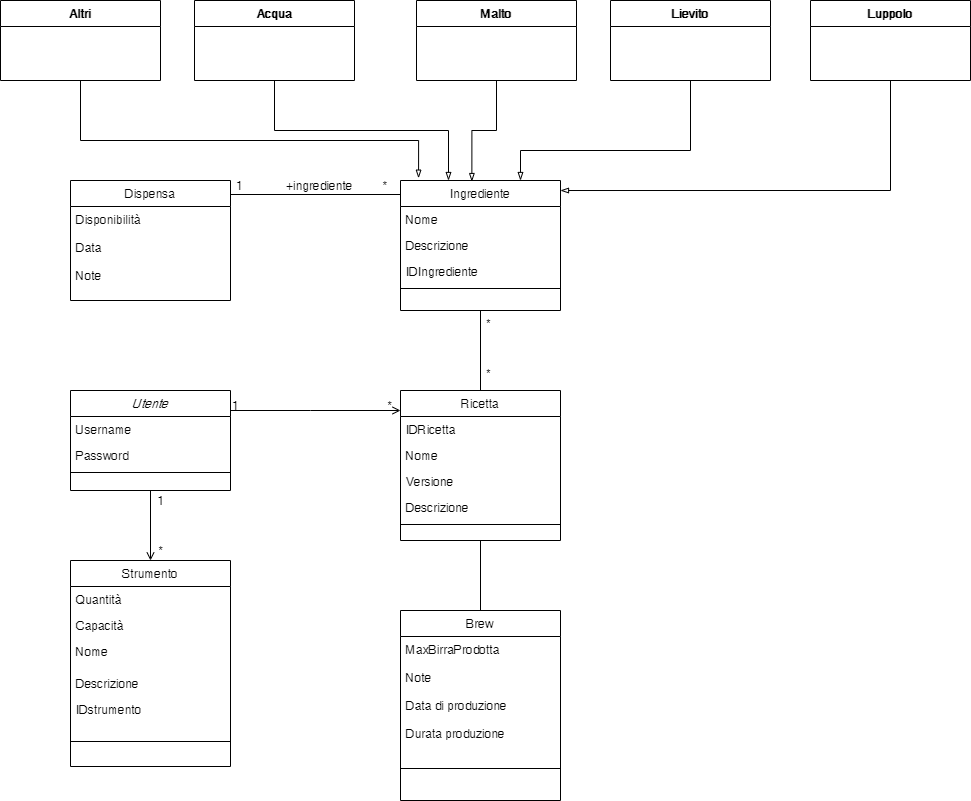
Before: Diagrammi/Diagramma di Dominio.png, a diagram exported from draw.io (UnimibSoftEngCourse2021/progetto-birra-2-gruppo-birra-2). Source tidied: cells renumbered, new cells last; positions are measured from the earlier drawing's top-left corner, leaving out a move shared by most shapes.
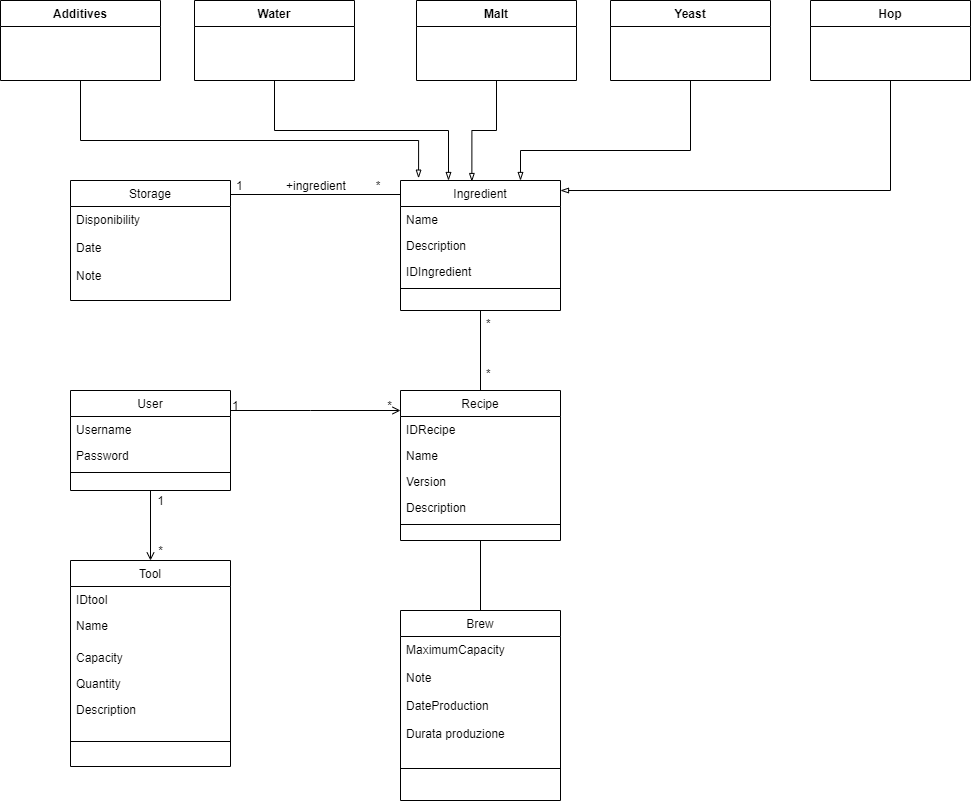
The same diagram one commit later.

What changed in the source:
```diff
@@ -5,7 +5,7 @@
     <mxCell id="2" style="edgeStyle=orthogonalEdgeStyle;rounded=0;jettySize=auto;html=1;exitX=0.5;exitY=1;exitDx=0;exitDy=0;endArrow=open;endFill=0;" parent="1" edge="1" source="3" target="39">
       <mxGeometry relative="1" as="geometry" />
     </mxCell>
-    <mxCell id="3" value="Utente" style="swimlane;fontStyle=2;align=center;verticalAlign=top;horizontal=1;startSize=26;rounded=0;shadow=0;strokeWidth=1;" parent="1" vertex="1">
+    <mxCell id="3" value="User" style="swimlane;fontStyle=0;align=center;verticalAlign=top;horizontal=1;startSize=26;rounded=0;shadow=0;strokeWidth=1;" parent="1" vertex="1">
       <mxGeometry x="70" y="390" width="160" height="100" as="geometry" />
     </mxCell>
     <mxCell id="4" value="Username " style="text;align=left;verticalAlign=top;spacingLeft=4;spacingRight=4;overflow=hidden;" parent="3" vertex="1">
@@ -23,19 +23,19 @@
     <mxCell id="8" style="edgeStyle=orthogonalEdgeStyle;rounded=0;jettySize=auto;html=1;exitX=0.5;exitY=1;exitDx=0;exitDy=0;endArrow=none;endFill=0;" parent="1" edge="1" source="9" target="46">
       <mxGeometry relative="1" as="geometry" />
     </mxCell>
-    <mxCell id="9" value="Ricetta" style="swimlane;fontStyle=0;align=center;verticalAlign=top;horizontal=1;startSize=26;rounded=0;shadow=0;strokeWidth=1;" parent="1" vertex="1">
+    <mxCell id="9" value="Recipe" style="swimlane;fontStyle=0;align=center;verticalAlign=top;horizontal=1;startSize=26;rounded=0;shadow=0;strokeWidth=1;" parent="1" vertex="1">
       <mxGeometry x="400" y="390" width="160" height="150" as="geometry" />
     </mxCell>
-    <mxCell id="10" value="IDRicetta" style="text;align=left;verticalAlign=top;spacingLeft=4;spacingRight=4;overflow=hidden;rounded=0;shadow=0;html=0;" parent="9" vertex="1">
+    <mxCell id="10" value="IDRecipe" style="text;align=left;verticalAlign=top;spacingLeft=4;spacingRight=4;overflow=hidden;rounded=0;shadow=0;html=0;" parent="9" vertex="1">
       <mxGeometry y="26" width="160" height="26" as="geometry" />
     </mxCell>
-    <mxCell id="11" value="Nome" style="text;align=left;verticalAlign=top;spacingLeft=4;spacingRight=4;overflow=hidden;" parent="9" vertex="1">
+    <mxCell id="11" value="Name" style="text;align=left;verticalAlign=top;spacingLeft=4;spacingRight=4;overflow=hidden;" parent="9" vertex="1">
       <mxGeometry y="52" width="160" height="26" as="geometry" />
     </mxCell>
-    <mxCell id="12" value="Versione" style="text;align=left;verticalAlign=top;spacingLeft=4;spacingRight=4;overflow=hidden;rounded=0;shadow=0;html=0;" parent="9" vertex="1">
+    <mxCell id="12" value="Version" style="text;align=left;verticalAlign=top;spacingLeft=4;spacingRight=4;overflow=hidden;rounded=0;shadow=0;html=0;" parent="9" vertex="1">
       <mxGeometry y="78" width="160" height="26" as="geometry" />
     </mxCell>
-    <mxCell id="13" value="Descrizione" style="text;align=left;verticalAlign=top;spacingLeft=4;spacingRight=4;overflow=hidden;rounded=0;shadow=0;html=0;" parent="9" vertex="1">
+    <mxCell id="13" value="Description" style="text;align=left;verticalAlign=top;spacingLeft=4;spacingRight=4;overflow=hidden;rounded=0;shadow=0;html=0;" parent="9" vertex="1">
       <mxGeometry y="104" width="160" height="26" as="geometry" />
     </mxCell>
     <mxCell id="14" style="line;html=1;strokeWidth=1;align=left;verticalAlign=middle;spacingTop=-1;spacingLeft=3;spacingRight=3;labelPosition=right;" parent="9" vertex="1">
@@ -60,16 +60,16 @@
         <mxPoint x="-7" y="4" as="offset" />
       </mxGeometry>
     </mxCell>
-    <mxCell id="18" value="Ingrediente" style="swimlane;fontStyle=0;align=center;verticalAlign=top;horizontal=1;startSize=26;rounded=0;shadow=0;strokeWidth=1;" parent="1" vertex="1">
+    <mxCell id="18" value="Ingredient" style="swimlane;fontStyle=0;align=center;verticalAlign=top;horizontal=1;startSize=26;rounded=0;shadow=0;strokeWidth=1;" parent="1" vertex="1">
       <mxGeometry x="400" y="180" width="160" height="130" as="geometry" />
     </mxCell>
-    <mxCell id="19" value="Nome" style="text;align=left;verticalAlign=top;spacingLeft=4;spacingRight=4;overflow=hidden;" parent="18" vertex="1">
+    <mxCell id="19" value="Name" style="text;align=left;verticalAlign=top;spacingLeft=4;spacingRight=4;overflow=hidden;" parent="18" vertex="1">
       <mxGeometry y="26" width="160" height="26" as="geometry" />
     </mxCell>
-    <mxCell id="20" value="Descrizione" style="text;align=left;verticalAlign=top;spacingLeft=4;spacingRight=4;overflow=hidden;rounded=0;shadow=0;html=0;" parent="18" vertex="1">
+    <mxCell id="20" value="Description" style="text;align=left;verticalAlign=top;spacingLeft=4;spacingRight=4;overflow=hidden;rounded=0;shadow=0;html=0;" parent="18" vertex="1">
       <mxGeometry y="52" width="160" height="26" as="geometry" />
     </mxCell>
-    <mxCell id="21" value="IDIngrediente" style="text;align=left;verticalAlign=top;spacingLeft=4;spacingRight=4;overflow=hidden;rounded=0;shadow=0;html=0;" parent="18" vertex="1">
+    <mxCell id="21" value="IDIngredient" style="text;align=left;verticalAlign=top;spacingLeft=4;spacingRight=4;overflow=hidden;rounded=0;shadow=0;html=0;" parent="18" vertex="1">
       <mxGeometry y="78" width="160" height="26" as="geometry" />
     </mxCell>
     <mxCell id="22" style="line;html=1;strokeWidth=1;align=left;verticalAlign=middle;spacingTop=-1;spacingLeft=3;spacingRight=3;labelPosition=right;" parent="18" vertex="1">
@@ -78,13 +78,13 @@
     <mxCell id="23" style="edgeStyle=orthogonalEdgeStyle;rounded=0;jettySize=auto;html=1;exitX=0.5;exitY=1;exitDx=0;exitDy=0;entryX=0.446;entryY=0.008;entryDx=0;entryDy=0;entryPerimeter=0;endArrow=blockThin;endFill=0;" parent="1" edge="1" source="24" target="18">
       <mxGeometry relative="1" as="geometry" />
     </mxCell>
-    <mxCell id="24" value="Malto" style="swimlane;fontStyle=1;align=center;verticalAlign=top;horizontal=1;startSize=26;" parent="1" vertex="1">
+    <mxCell id="24" value="Malt" style="swimlane;fontStyle=1;align=center;verticalAlign=top;horizontal=1;startSize=26;" parent="1" vertex="1">
       <mxGeometry x="416" width="160" height="80" as="geometry" />
     </mxCell>
     <mxCell id="25" style="edgeStyle=orthogonalEdgeStyle;rounded=0;jettySize=auto;html=1;exitX=0.5;exitY=1;exitDx=0;exitDy=0;entryX=1;entryY=0.077;entryDx=0;entryDy=0;entryPerimeter=0;endArrow=blockThin;endFill=0;" parent="1" edge="1" source="26" target="18">
       <mxGeometry relative="1" as="geometry" />
     </mxCell>
-    <mxCell id="26" value="Luppolo" style="swimlane;fontStyle=1;align=center;verticalAlign=top;horizontal=1;startSize=26;" parent="1" vertex="1">
+    <mxCell id="26" value="Hop" style="swimlane;fontStyle=1;align=center;verticalAlign=top;horizontal=1;startSize=26;" parent="1" vertex="1">
       <mxGeometry x="810" width="160" height="80" as="geometry" />
     </mxCell>
     <mxCell id="27" style="edgeStyle=orthogonalEdgeStyle;rounded=0;jettySize=auto;html=1;exitX=0.25;exitY=1;exitDx=0;exitDy=0;entryX=0.75;entryY=0;entryDx=0;entryDy=0;endArrow=blockThin;endFill=0;" parent="1" edge="1" source="28" target="18">
@@ -96,13 +96,13 @@
         </Array>
       </mxGeometry>
     </mxCell>
-    <mxCell id="28" value="Lievito" style="swimlane;fontStyle=1;align=center;verticalAlign=top;horizontal=1;startSize=26;" parent="1" vertex="1">
+    <mxCell id="28" value="Yeast" style="swimlane;fontStyle=1;align=center;verticalAlign=top;horizontal=1;startSize=26;" parent="1" vertex="1">
       <mxGeometry x="610" width="160" height="80" as="geometry" />
     </mxCell>
     <mxCell id="29" style="edgeStyle=orthogonalEdgeStyle;rounded=0;jettySize=auto;html=1;exitX=0.5;exitY=1;exitDx=0;exitDy=0;entryX=0.3;entryY=0;entryDx=0;entryDy=0;entryPerimeter=0;endArrow=blockThin;endFill=0;" parent="1" edge="1" source="30" target="18">
       <mxGeometry relative="1" as="geometry" />
     </mxCell>
-    <mxCell id="30" value="Acqua" style="swimlane;fontStyle=1;align=center;verticalAlign=top;horizontal=1;startSize=26;" parent="1" vertex="1">
+    <mxCell id="30" value="Water" style="swimlane;fontStyle=1;align=center;verticalAlign=top;horizontal=1;startSize=26;" parent="1" vertex="1">
       <mxGeometry x="194" width="160" height="80" as="geometry" />
     </mxCell>
     <mxCell id="31" style="edgeStyle=orthogonalEdgeStyle;rounded=0;jettySize=auto;html=1;exitX=0.5;exitY=1;exitDx=0;exitDy=0;entryX=0.113;entryY=-0.018;entryDx=0;entryDy=0;entryPerimeter=0;endArrow=blockThin;endFill=0;" parent="1" edge="1" source="32" target="18">
@@ -113,19 +113,19 @@
         </Array>
       </mxGeometry>
     </mxCell>
-    <mxCell id="32" value="Altri" style="swimlane;fontStyle=1;align=center;verticalAlign=top;horizontal=1;startSize=26;" parent="1" vertex="1">
+    <mxCell id="32" value="Additives" style="swimlane;fontStyle=1;align=center;verticalAlign=top;horizontal=1;startSize=26;" parent="1" vertex="1">
       <mxGeometry width="160" height="80" as="geometry" />
     </mxCell>
-    <mxCell id="33" value="Dispensa" style="swimlane;fontStyle=0;align=center;verticalAlign=top;horizontal=1;startSize=26;" parent="1" vertex="1">
+    <mxCell id="33" value="Storage" style="swimlane;fontStyle=0;align=center;verticalAlign=top;horizontal=1;startSize=26;" parent="1" vertex="1">
       <mxGeometry x="70" y="180" width="160" height="120" as="geometry" />
     </mxCell>
-    <mxCell id="34" value="Disponibilità&#10; &#10;Data&#10;&#10;Note" style="text;strokeColor=none;fillColor=none;align=left;verticalAlign=top;spacingLeft=4;spacingRight=4;overflow=hidden;" parent="33" vertex="1">
+    <mxCell id="34" value="Disponibility&#10;&#10;Date&#10;&#10;Note" style="text;strokeColor=none;fillColor=none;align=left;verticalAlign=top;spacingLeft=4;spacingRight=4;overflow=hidden;" parent="33" vertex="1">
       <mxGeometry y="26" width="160" height="94" as="geometry" />
     </mxCell>
     <mxCell id="35" style="line;strokeWidth=1;fillColor=none;align=left;verticalAlign=middle;spacingTop=-1;spacingLeft=3;spacingRight=3;labelPosition=right;" parent="1" vertex="1">
       <mxGeometry x="230" y="190" width="170" height="8" as="geometry" />
     </mxCell>
-    <mxCell id="36" value="1             +ingrediente         *" style="text;strokeColor=none;fillColor=none;align=left;verticalAlign=top;spacingLeft=4;spacingRight=4;overflow=hidden;" parent="1" vertex="1">
+    <mxCell id="36" value="1             +ingredient         *" style="text;strokeColor=none;fillColor=none;align=left;verticalAlign=top;spacingLeft=4;spacingRight=4;overflow=hidden;" parent="1" vertex="1">
       <mxGeometry x="230" y="172" width="186" height="26" as="geometry" />
     </mxCell>
     <mxCell id="37" value="*" style="text;strokeColor=none;fillColor=none;align=left;verticalAlign=top;spacingLeft=4;spacingRight=4;overflow=hidden;" parent="1" vertex="1">
@@ -134,31 +134,31 @@
     <mxCell id="38" value="*" style="text;strokeColor=none;fillColor=none;align=left;verticalAlign=top;spacingLeft=4;spacingRight=4;overflow=hidden;" parent="1" vertex="1">
       <mxGeometry x="480" y="360" width="20" height="30" as="geometry" />
     </mxCell>
-    <mxCell id="39" value="Strumento" style="swimlane;fontStyle=0;align=center;verticalAlign=top;horizontal=1;startSize=26;rounded=0;shadow=0;strokeWidth=1;" parent="1" vertex="1">
+    <mxCell id="39" value="Tool" style="swimlane;fontStyle=0;align=center;verticalAlign=top;horizontal=1;startSize=26;rounded=0;shadow=0;strokeWidth=1;" parent="1" vertex="1">
       <mxGeometry x="70" y="560" width="160" height="206" as="geometry" />
     </mxCell>
+    <mxCell id="44" value="IDtool" style="text;align=left;verticalAlign=top;spacingLeft=4;spacingRight=4;overflow=hidden;" parent="39" vertex="1">
+      <mxGeometry y="26" width="160" height="26" as="geometry" />
+    </mxCell>
+    <mxCell id="42" value="Name" style="text;align=left;verticalAlign=top;spacingLeft=4;spacingRight=4;overflow=hidden;rounded=0;shadow=0;html=0;" parent="39" vertex="1">
+      <mxGeometry y="52" width="160" height="32" as="geometry" />
+    </mxCell>
+    <mxCell id="41" value="Capacity" style="text;align=left;verticalAlign=top;spacingLeft=4;spacingRight=4;overflow=hidden;rounded=0;shadow=0;html=0;" parent="39" vertex="1">
+      <mxGeometry y="84" width="160" height="26" as="geometry" />
+    </mxCell>
-    <mxCell id="40" value="Quantità" style="text;align=left;verticalAlign=top;spacingLeft=4;spacingRight=4;overflow=hidden;" parent="39" vertex="1">
-      <mxGeometry y="26" width="160" height="26" as="geometry" />
+    <mxCell id="40" value="Quantity" style="text;align=left;verticalAlign=top;spacingLeft=4;spacingRight=4;overflow=hidden;" parent="39" vertex="1">
+      <mxGeometry y="110" width="160" height="26" as="geometry" />
     </mxCell>
-    <mxCell id="41" value="Capacità" style="text;align=left;verticalAlign=top;spacingLeft=4;spacingRight=4;overflow=hidden;rounded=0;shadow=0;html=0;" parent="39" vertex="1">
-      <mxGeometry y="52" width="160" height="26" as="geometry" />
-    </mxCell>
-    <mxCell id="42" value="Nome" style="text;align=left;verticalAlign=top;spacingLeft=4;spacingRight=4;overflow=hidden;rounded=0;shadow=0;html=0;" parent="39" vertex="1">
-      <mxGeometry y="78" width="160" height="32" as="geometry" />
-    </mxCell>
-    <mxCell id="43" value="Descrizione" style="text;align=left;verticalAlign=top;spacingLeft=4;spacingRight=4;overflow=hidden;rounded=0;shadow=0;html=0;" parent="39" vertex="1">
-      <mxGeometry y="110" width="160" height="26" as="geometry" />
+    <mxCell id="43" value="Description" style="text;align=left;verticalAlign=top;spacingLeft=4;spacingRight=4;overflow=hidden;rounded=0;shadow=0;html=0;" parent="39" vertex="1">
+      <mxGeometry y="136" width="160" height="26" as="geometry" />
     </mxCell>
-    <mxCell id="44" value="IDstrumento" style="text;align=left;verticalAlign=top;spacingLeft=4;spacingRight=4;overflow=hidden;" parent="39" vertex="1">
-      <mxGeometry y="136" width="160" height="26" as="geometry" />
-    </mxCell>
     <mxCell id="45" style="line;html=1;strokeWidth=1;align=left;verticalAlign=middle;spacingTop=-1;spacingLeft=3;spacingRight=3;labelPosition=right;" parent="39" vertex="1">
       <mxGeometry y="162" width="160" height="38" as="geometry" />
     </mxCell>
     <mxCell id="46" value="Brew" style="swimlane;fontStyle=0;align=center;verticalAlign=top;horizontal=1;startSize=26;rounded=0;shadow=0;strokeWidth=1;" parent="1" vertex="1">
       <mxGeometry x="400" y="610" width="160" height="190" as="geometry" />
     </mxCell>
-    <mxCell id="47" value="MaxBirraProdotta&#10;&#10;Note&#10;&#10;Data di produzione&#10;" style="text;align=left;verticalAlign=top;spacingLeft=4;spacingRight=4;overflow=hidden;" parent="46" vertex="1">
+    <mxCell id="47" value="MaximumCapacity&#10;&#10;Note&#10;&#10;DateProduction&#10;" style="text;align=left;verticalAlign=top;spacingLeft=4;spacingRight=4;overflow=hidden;" parent="46" vertex="1">
       <mxGeometry y="26" width="160" height="84" as="geometry" />
     </mxCell>
     <mxCell id="48" value="Durata produzione" style="text;align=left;verticalAlign=top;spacingLeft=4;spacingRight=4;overflow=hidden;rounded=0;shadow=0;html=0;" parent="46" vertex="1">
```
